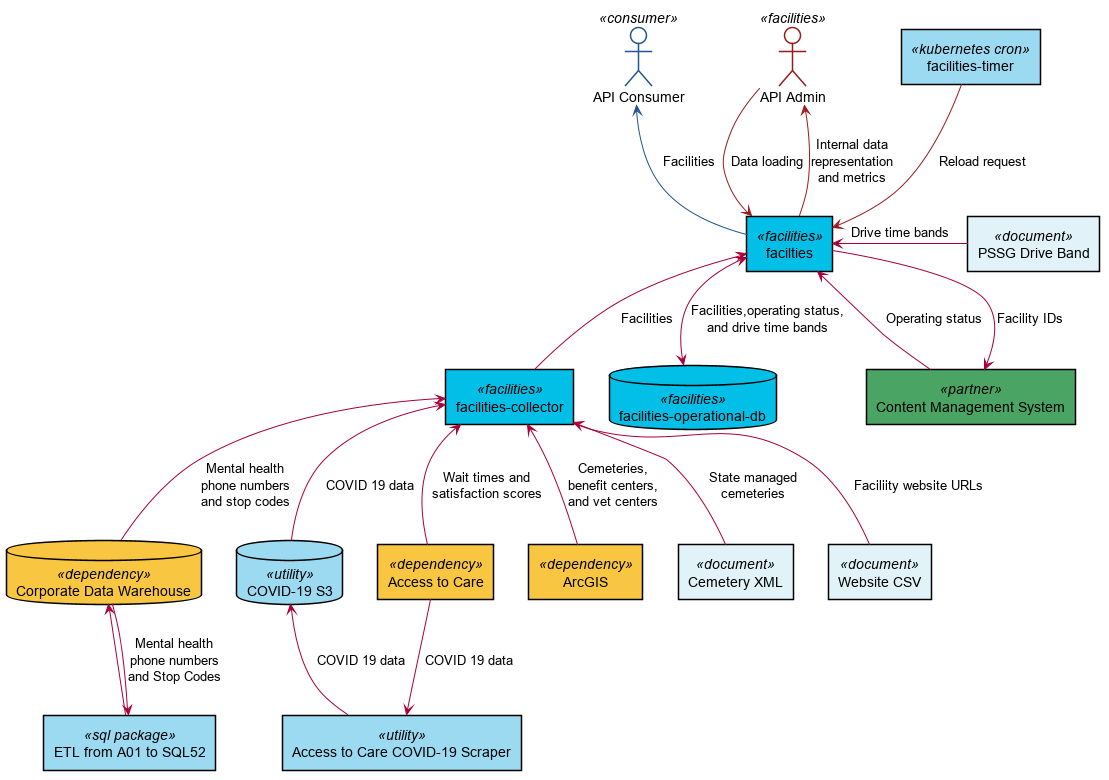
This is src/plantuml/data-flow.png from swirtSJW/lighthouse-facilities, a PlantUML export, as it was before one commit.
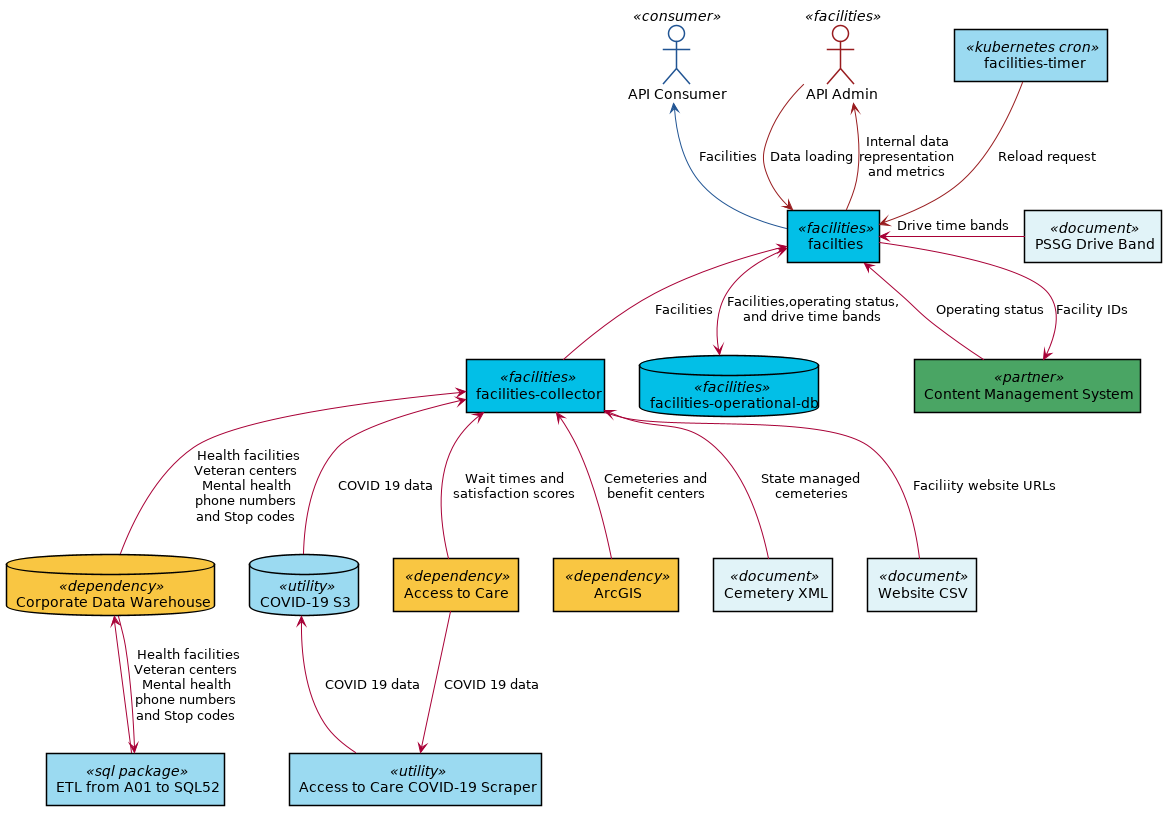
The same file after the commit.

Change to the diagram source:
```diff
@@ -1,5 +1,45 @@
 @startuml
-!include component-definitions.iuml!0
+
+
+skinparam shadowing false
+
+
+skinparam {
+ ArrowColor<<public>> #205493
+ ArrowColor<<internal>> #981b1e
+ RectangleBackgroundColor<<document>> #e1f3f8
+ RectangleBackgroundColor<<facilities>> #02bfe7
+ DatabaseBackgroundColor<<facilities>> #02bfe7
+ RectangleBackgroundColor<<kubernetes cron>> #9bdaf1
+ RectangleBackgroundColor<<utility>> #9bdaf1
+ DatabaseBackgroundColor<<utility>> #9bdaf1
+ RectangleBackgroundColor<<sql package>> #9bdaf1
+ RectangleBackgroundColor<<dependency>> #f9c642
+ RectangleBackgroundColor<<partner>> #4aa564
+ DatabaseBackgroundColor<<dependency>> #f9c642
+ ActorBackgroundColor #ffffff
+ ActorBorderColor<<consumer>> #205493
+ ActorBorderColor<<facilities>> #981b1e
+}
+
+actor "API Consumer" as CONSUMER <<consumer>>
+actor "API Admin" as ADMIN <<facilities>>
+rectangle facilties as F <<facilities>>
+rectangle "facilities-collector" as C <<facilities>>
+rectangle "facilities-timer" as TIMER <<kubernetes cron>>
+database "facilities-operational-db" as DB <<facilities>>
+database "Corporate Data Warehouse" as CDW <<dependency>>
+database "COVID-19 S3" as COVID19S3 <<utility>>
+
+rectangle "Access to Care" as ATC <<dependency>>
+rectangle "Content Management System" as CMS <<partner>>
+rectangle ArcGIS as ARCGIS <<dependency>>
+rectangle "Cemetery XML" as CXML <<document>>
+rectangle "Website CSV" as WCSV <<document>>
+rectangle "PSSG Drive Band" as BANDS <<document>>
+rectangle "ETL from A01 to SQL52" as ETL <<sql package>>
+rectangle "Access to Care COVID-19 Scraper" as SCRAPER <<utility>>
+
 
 
 CONSUMER <-- F <<public>> : Facilities
@@ -9,15 +49,15 @@
 F <-- C : Facilities
 F <--> DB : Facilities,operating status,\nand drive time bands
 F <- BANDS : Drive time bands
-C <-- CDW : Mental health\nphone numbers\nand stop codes
+C <-- CDW : Health facilities\nVeteran centers\nMental health\nphone numbers\nand Stop codes
 C <-- CXML : State managed\ncemeteries
 C -- WCSV : Faciliity website URLs
 C <-- ATC : Wait times and\nsatisfaction scores
-C <-- ARCGIS : Cemeteries,\nbenefit centers,\nand vet centers
+C <-- ARCGIS : Cemeteries and\nbenefit centers
 C <-- COVID19S3  : COVID 19 data
 
 ETL -up-> CDW
-ETL <-- CDW : Mental health\nphone numbers\nand Stop Codes
+ETL <-- CDW : Health facilities\nVeteran centers\nMental health\nphone numbers\nand Stop codes
 SCRAPER <-up- ATC  : COVID 19 data
 SCRAPER -up-> COVID19S3 : COVID 19 data
 
```
